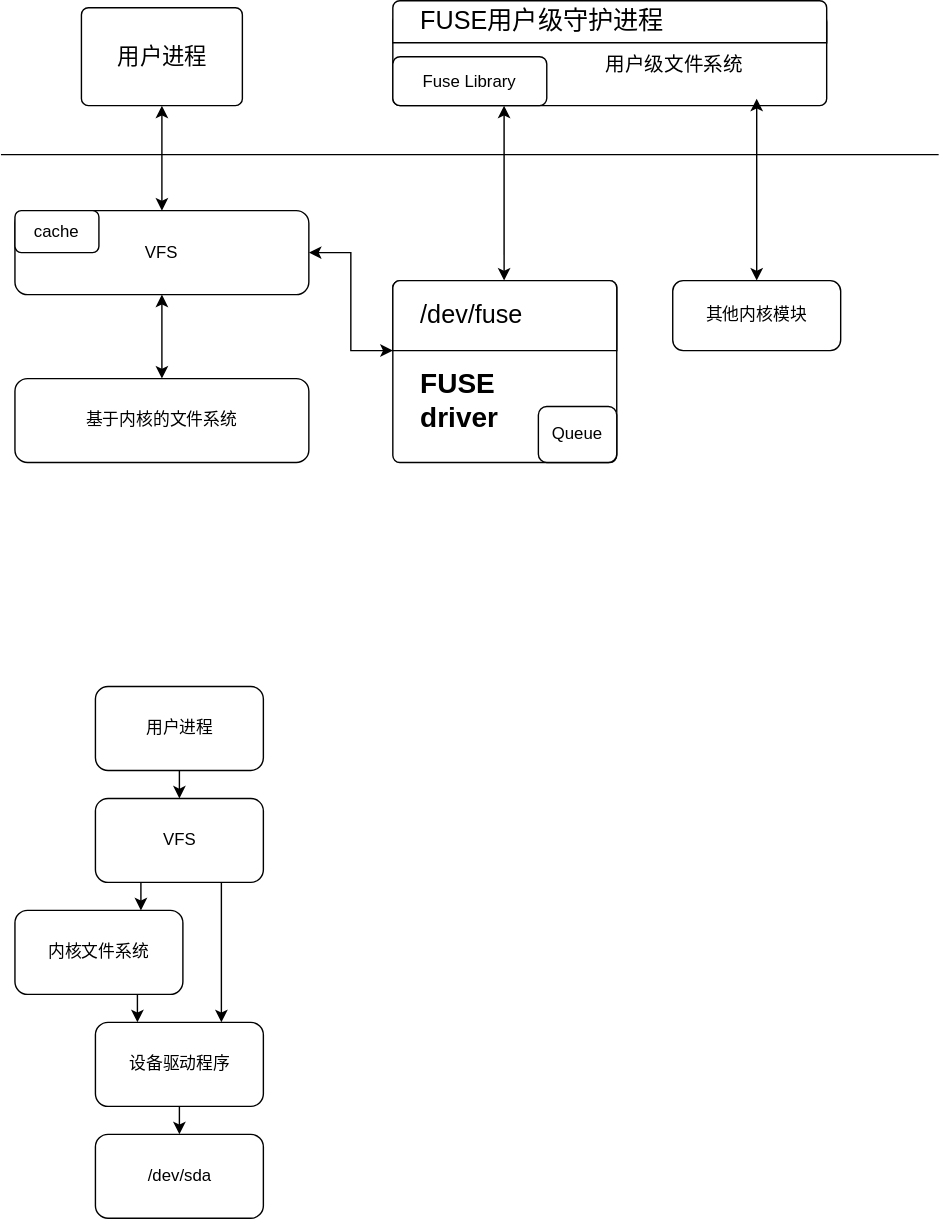
Before: 未命名绘图.drawio.svg, a diagram exported from draw.io (493520280/blog-img). Source tidied: cells renumbered, new cells last; positions are measured from the earlier drawing's top-left corner, leaving out a move shared by most shapes.
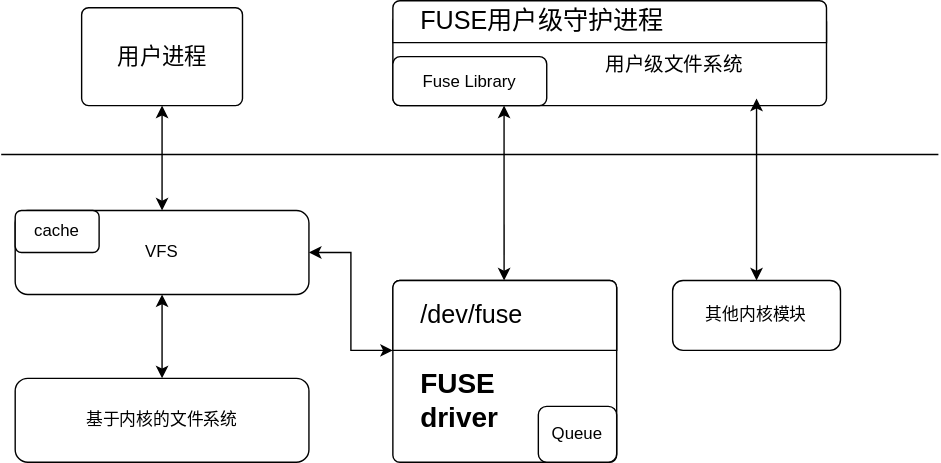
After the change.

What changed in the source:
```diff
@@ -68,38 +68,5 @@
         <mxPoint x="540" y="65" as="targetPoint" />
       </mxGeometry>
     </mxCell>
-    <mxCell id="19" style="edgeStyle=orthogonalEdgeStyle;rounded=0;jettySize=auto;html=1;exitX=0.5;exitY=1;exitDx=0;exitDy=0;entryX=0.5;entryY=0;entryDx=0;entryDy=0;" parent="1" edge="1" source="20" target="24">
-      <mxGeometry relative="1" as="geometry" />
-    </mxCell>
-    <mxCell id="20" value="用户进程" style="rounded=1;whiteSpace=wrap;html=1;" parent="1" vertex="1">
-      <mxGeometry x="67.5" y="485" width="120" height="60" as="geometry" />
-    </mxCell>
-    <mxCell id="21" style="edgeStyle=orthogonalEdgeStyle;rounded=0;orthogonalLoop=1;jettySize=auto;html=1;exitX=0.25;exitY=1;exitDx=0;exitDy=0;entryX=0.25;entryY=1;entryDx=0;entryDy=0;" parent="1" edge="1" source="24" target="24">
-      <mxGeometry relative="1" as="geometry" />
-    </mxCell>
-    <mxCell id="22" style="edgeStyle=orthogonalEdgeStyle;rounded=0;jettySize=auto;html=1;exitX=0.25;exitY=1;exitDx=0;exitDy=0;entryX=0.75;entryY=0;entryDx=0;entryDy=0;" parent="1" edge="1" source="24" target="26">
-      <mxGeometry relative="1" as="geometry" />
-    </mxCell>
-    <mxCell id="23" style="edgeStyle=orthogonalEdgeStyle;rounded=0;jettySize=auto;html=1;exitX=0.75;exitY=1;exitDx=0;exitDy=0;entryX=0.75;entryY=0;entryDx=0;entryDy=0;" parent="1" edge="1" source="24" target="28">
-      <mxGeometry relative="1" as="geometry" />
-    </mxCell>
-    <mxCell id="24" value="VFS" style="rounded=1;whiteSpace=wrap;html=1;" parent="1" vertex="1">
-      <mxGeometry x="67.5" y="565" width="120" height="60" as="geometry" />
-    </mxCell>
-    <mxCell id="25" style="edgeStyle=orthogonalEdgeStyle;rounded=0;jettySize=auto;html=1;exitX=0.75;exitY=1;exitDx=0;exitDy=0;entryX=0.25;entryY=0;entryDx=0;entryDy=0;" parent="1" edge="1" source="26" target="28">
-      <mxGeometry relative="1" as="geometry" />
-    </mxCell>
-    <mxCell id="26" value="内核文件系统" style="rounded=1;whiteSpace=wrap;html=1;" parent="1" vertex="1">
-      <mxGeometry x="10" y="645" width="120" height="60" as="geometry" />
-    </mxCell>
-    <mxCell id="27" style="edgeStyle=orthogonalEdgeStyle;rounded=0;jettySize=auto;html=1;exitX=0.5;exitY=1;exitDx=0;exitDy=0;entryX=0.5;entryY=0;entryDx=0;entryDy=0;" parent="1" edge="1" source="28" target="29">
-      <mxGeometry relative="1" as="geometry" />
-    </mxCell>
-    <mxCell id="28" value="设备驱动程序" style="rounded=1;whiteSpace=wrap;html=1;" parent="1" vertex="1">
-      <mxGeometry x="67.5" y="725" width="120" height="60" as="geometry" />
-    </mxCell>
-    <mxCell id="29" value="/dev/sda" style="rounded=1;whiteSpace=wrap;html=1;" parent="1" vertex="1">
-      <mxGeometry x="67.5" y="805" width="120" height="60" as="geometry" />
-    </mxCell>
   </root>
 </mxGraphModel>
```
